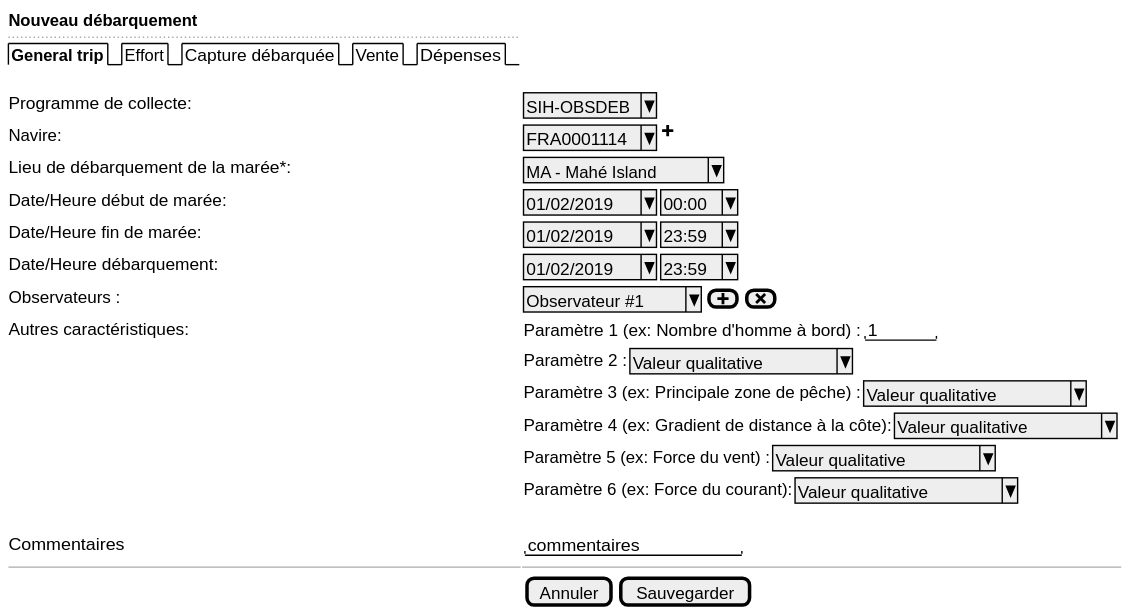
This is use-case/collect/trip/landing-ui-var3a.svg from sumaris-net/sumaris-doc, a PlantUML export, as it was before one commit. Its source is kept beside it as use-case/collect/trip/landing-ui-var3a.puml.
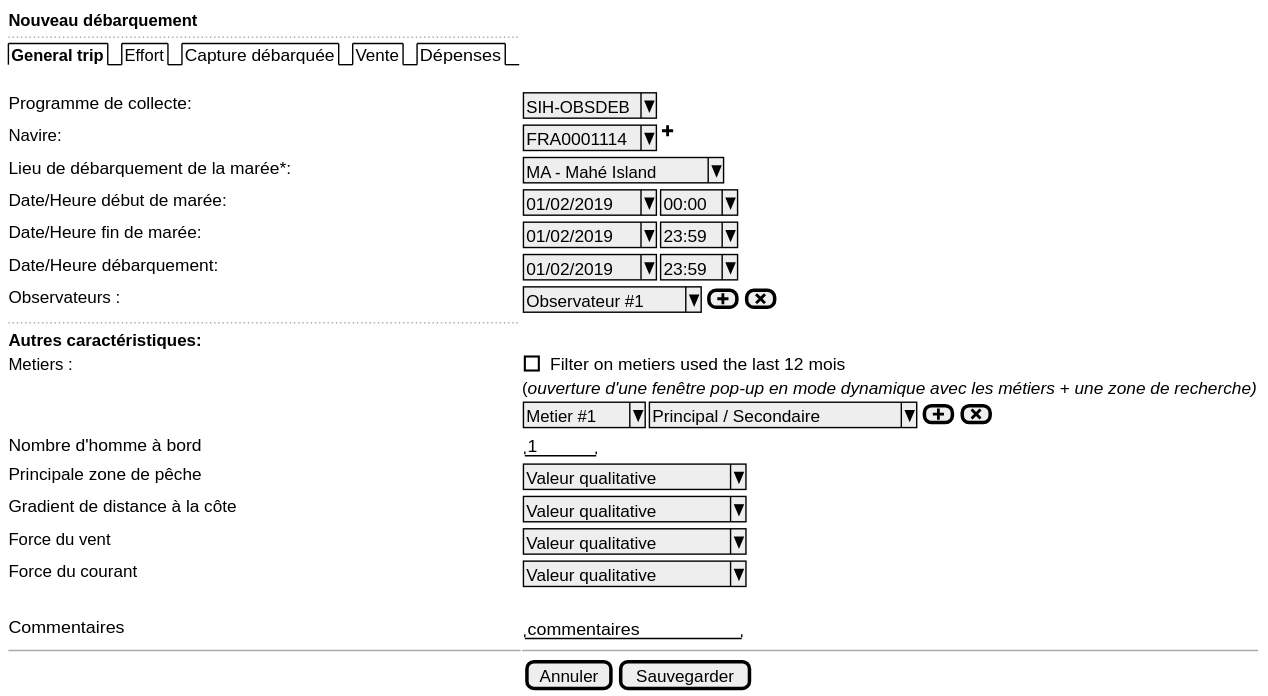
After the commit.

The edit, as a diff of the source:
```diff
@@ -11,12 +11,16 @@
   Date/Heure fin de marée:  | { ^01/02/2019^ | ^23:59^ }
   Date/Heure débarquement:  | { ^01/02/2019^ | ^23:59^ }
   Observateurs :            | { ^Observateur #1^ | [<&plus>] | [<&x>]}
-  Autres caractéristiques:  | { Paramètre 1 (ex: Nombre d'homme à bord) : | "   1  " }
-  .                         | { Paramètre 2 : | ^Valeur qualitative^ }
-  .                         | { Paramètre 3 (ex: Principale zone de pêche) : | ^Valeur qualitative^ }
-  .                         | { Paramètre 4 (ex: Gradient de distance à la côte): | ^Valeur qualitative^ }
-  .                         | { Paramètre 5 (ex: Force du vent) : | ^Valeur qualitative^ }
-  .                         | { Paramètre 6 (ex: Force du courant): | ^Valeur qualitative^ }
+  ..
+  <b>Autres caractéristiques:
+  Metiers :                       | [] Filter on metiers used the last 12 mois
+  .                   | (<i>ouverture d'une fenêtre pop-up en mode dynamique avec les métiers + une zone de recherche)
+  .                               | { ^Metier #1^ | ^Principal / Secondaire^ | [<&plus>] | [<&x>]}
+  Nombre d'homme à bord           | { "   1  " }
+  Principale zone de pêche        | { ^Valeur qualitative^ }
+  Gradient de distance à la côte  | { ^Valeur qualitative^ }
+  Force du vent                   | { ^Valeur qualitative^ }
+  Force du courant                | { ^Valeur qualitative^ }
   .
   Commentaires              | { "commentaires       "}
 
```
